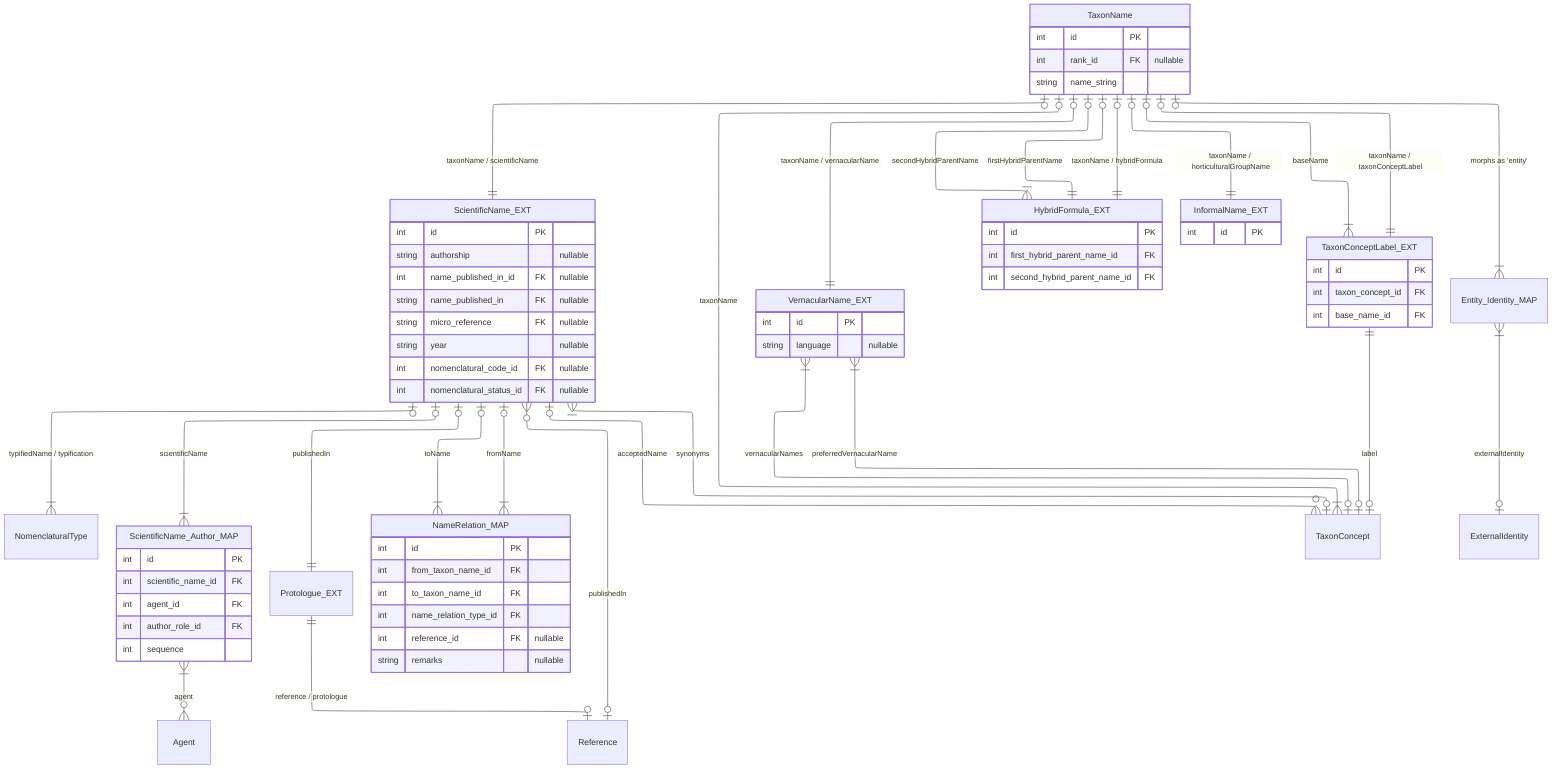
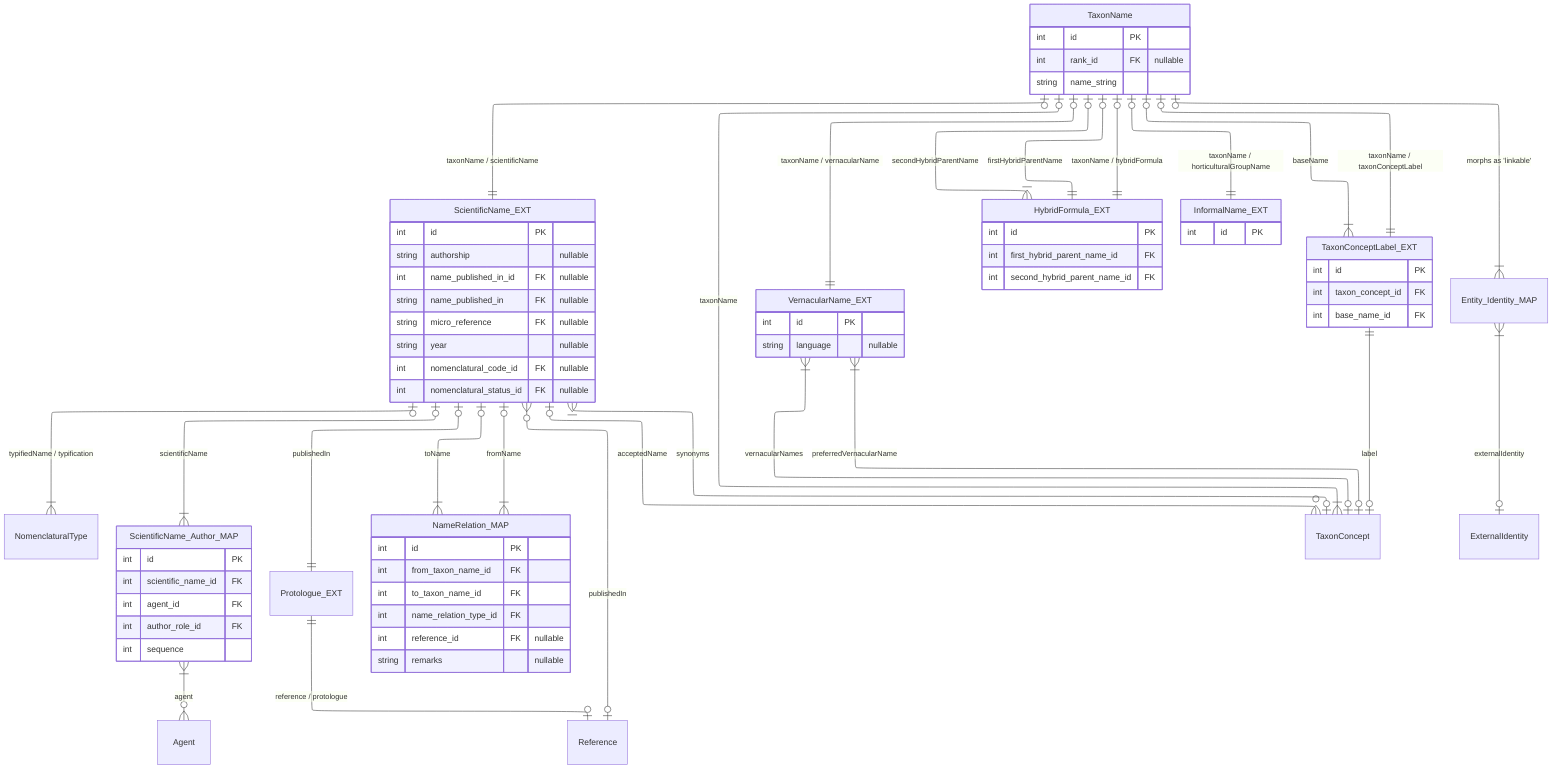
---
config:
  layout: elk
---
erDiagram
  %% Sidecars
  TaxonName |o--|| ScientificName_EXT : "taxonName / scientificName"

  %% Typification
  ScientificName_EXT |o--|{ NomenclaturalType : "typifiedName / typification"

  %% Scientific Name authorship
  ScientificName_EXT |o--|{ ScientificName_Author_MAP : scientificName
  ScientificName_Author_MAP }|--o{ Agent : agent
  ScientificName_EXT |o--|| Protologue_EXT : "publishedIn"
  Protologue_EXT ||--o| Reference : "reference / protologue"
  ScientificName_EXT }o--o| Reference : "publishedIn"

  TaxonName |o--|| VernacularName_EXT : "taxonName / vernacularName"

  %% The Syntactic Relationships
  ScientificName_EXT |o--|{ NameRelation_MAP : "fromName"
  ScientificName_EXT |o--|{ NameRelation_MAP : "toName"

  %% Taxon Name <--> Taxon Concept relationships
  TaxonName |o--|{ TaxonConcept : "taxonName"
  ScientificName_EXT |o--o{ TaxonConcept : "acceptedName"
  ScientificName_EXT }|--o| TaxonConcept : "synonyms"
  VernacularName_EXT }|--o| TaxonConcept : "vernacularNames"
  VernacularName_EXT }|--o| TaxonConcept : "preferredVernacularName"

  TaxonName |o--|| HybridFormula_EXT : "taxonName / hybridFormula"
  TaxonName |o--||  HybridFormula_EXT : "firstHybridParentName"
  TaxonName |o--|{ HybridFormula_EXT : "secondHybridParentName"

  TaxonName |o--|| InformalName_EXT : "taxonName / horticulturalGroupName"

  TaxonName |o--|| TaxonConceptLabel_EXT : "taxonName / taxonConceptLabel"

  %% Taxon Concept Label
  TaxonConceptLabel_EXT ||--o| TaxonConcept : "label"
  TaxonName |o--|{ TaxonConceptLabel_EXT : baseName

  %% External identifiers
-   TaxonName |o--|{ Entity_Identity_MAP : "morphs as 'entity'"
+   TaxonName |o--|{ Entity_Identity_MAP : "morphs as 'linkable'"
  Entity_Identity_MAP }|--o| ExternalIdentity : "externalIdentity"

  TaxonName {
    int id PK
    int rank_id FK "nullable"
    string name_string
  }

  ScientificName_EXT {
    int id PK
    string authorship "nullable"
    int name_published_in_id FK "nullable"
    string name_published_in FK "nullable"
    string micro_reference FK "nullable"
    string year "nullable"
    int nomenclatural_code_id FK "nullable"
    int nomenclatural_status_id FK "nullable"
  }

  VernacularName_EXT {
    int id PK
    string language "nullable"
  }

  TaxonConceptLabel_EXT {
    int id PK
    int taxon_concept_id FK
    int base_name_id FK
  }

  HybridFormula_EXT {
    int id PK
    int first_hybrid_parent_name_id FK
    int second_hybrid_parent_name_id FK
  }

  InformalName_EXT {
    int id PK
  }

  NameRelation_MAP {
    int id PK
    int from_taxon_name_id FK
    int to_taxon_name_id FK
    int name_relation_type_id FK
    int reference_id FK "nullable"
    string remarks "nullable"
  }

  ScientificName_Author_MAP {
    int id PK
    int scientific_name_id FK
    int agent_id FK
    int author_role_id FK
    int sequence
  }